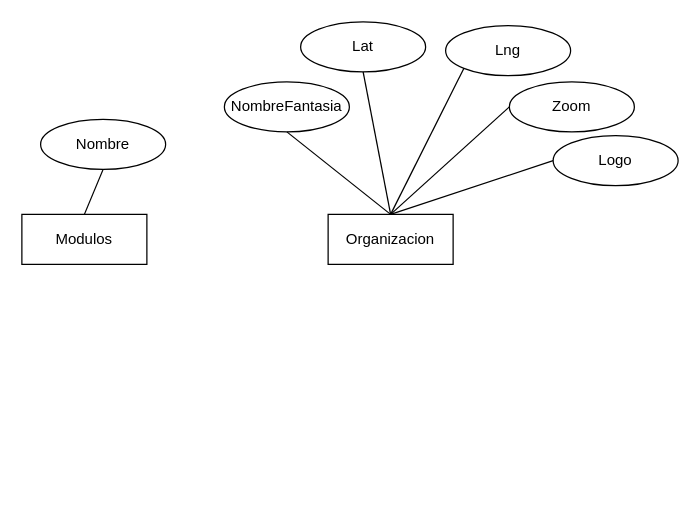
The draw.io diagram Diagrama sin título.drawio in notariopablomarcelo/agata, before the edit. Source tidied: cells renumbered, new cells numbered last; positions are measured from the earlier drawing's top-left corner, leaving out a move shared by most shapes. Both pictures are drawn from the tidied source at 125%, with x=0, y=0 at pixel (21, 21).
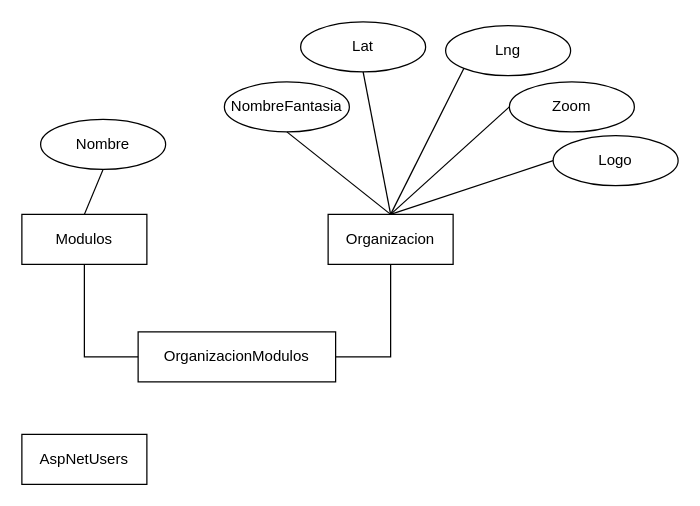
The same page after the edit.

Change to the diagram source:
```diff
@@
 <mxGraphModel>
   <root>
     <mxCell id="0" />
     <mxCell id="1" parent="0" />
     <mxCell id="2" value="Modulos" style="whiteSpace=wrap;html=1;align=center;" parent="1" vertex="1">
       <mxGeometry y="154" width="100" height="40" as="geometry" />
     </mxCell>
     <mxCell id="3" value="Organizacion" style="whiteSpace=wrap;html=1;align=center;" parent="1" vertex="1">
       <mxGeometry x="245" y="154" width="100" height="40" as="geometry" />
     </mxCell>
     <mxCell id="4" value="NombreFantasia" style="ellipse;whiteSpace=wrap;html=1;align=center;" parent="1" vertex="1">
       <mxGeometry x="162" y="48" width="100" height="40" as="geometry" />
     </mxCell>
     <mxCell id="5" value="Lng" style="ellipse;whiteSpace=wrap;html=1;align=center;" parent="1" vertex="1">
       <mxGeometry x="339" y="3" width="100" height="40" as="geometry" />
     </mxCell>
     <mxCell id="6" value="Lat" style="ellipse;whiteSpace=wrap;html=1;align=center;" parent="1" vertex="1">
       <mxGeometry x="223" width="100" height="40" as="geometry" />
     </mxCell>
     <mxCell id="7" value="Zoom" style="ellipse;whiteSpace=wrap;html=1;align=center;" parent="1" vertex="1">
       <mxGeometry x="390" y="48" width="100" height="40" as="geometry" />
     </mxCell>
     <mxCell id="8" value="Logo" style="ellipse;whiteSpace=wrap;html=1;align=center;" parent="1" vertex="1">
       <mxGeometry x="425" y="91" width="100" height="40" as="geometry" />
     </mxCell>
     <mxCell id="9" style="endArrow=none;html=1;rounded=0;exitX=0.5;exitY=0;exitDx=0;exitDy=0;entryX=0.5;entryY=1;entryDx=0;entryDy=0;" parent="1" edge="1" source="3" target="4">
       <mxGeometry relative="1" as="geometry" />
     </mxCell>
     <mxCell id="10" style="endArrow=none;html=1;rounded=0;exitX=0.5;exitY=0;exitDx=0;exitDy=0;entryX=0.5;entryY=1;entryDx=0;entryDy=0;" parent="1" edge="1" source="3" target="6">
       <mxGeometry relative="1" as="geometry" />
     </mxCell>
     <mxCell id="11" style="endArrow=none;html=1;rounded=0;exitX=0.5;exitY=0;exitDx=0;exitDy=0;entryX=0;entryY=1;entryDx=0;entryDy=0;" parent="1" edge="1" source="3" target="5">
       <mxGeometry relative="1" as="geometry" />
     </mxCell>
     <mxCell id="12" style="endArrow=none;html=1;rounded=0;exitX=0.5;exitY=0;exitDx=0;exitDy=0;entryX=0;entryY=0.5;entryDx=0;entryDy=0;" parent="1" edge="1" source="3" target="7">
       <mxGeometry relative="1" as="geometry" />
     </mxCell>
     <mxCell id="13" style="endArrow=none;html=1;rounded=0;exitX=0.5;exitY=0;exitDx=0;exitDy=0;entryX=0;entryY=0.5;entryDx=0;entryDy=0;" parent="1" edge="1" source="3" target="8">
       <mxGeometry relative="1" as="geometry" />
     </mxCell>
     <mxCell id="14" value="Nombre" style="ellipse;whiteSpace=wrap;html=1;align=center;" parent="1" vertex="1">
       <mxGeometry x="15" y="78" width="100" height="40" as="geometry" />
     </mxCell>
     <mxCell id="15" style="endArrow=none;html=1;rounded=0;exitX=0.5;exitY=0;exitDx=0;exitDy=0;entryX=0.5;entryY=1;entryDx=0;entryDy=0;" parent="1" edge="1" source="2" target="14">
       <mxGeometry relative="1" as="geometry" />
     </mxCell>
+    <mxCell id="16" value="AspNetUsers" style="whiteSpace=wrap;html=1;align=center;" parent="1" vertex="1">
+      <mxGeometry y="330" width="100" height="40" as="geometry" />
+    </mxCell>
+    <mxCell id="17" value="OrganizacionModulos" style="whiteSpace=wrap;html=1;align=center;" parent="1" vertex="1">
+      <mxGeometry x="93" y="248" width="158" height="40" as="geometry" />
+    </mxCell>
+    <mxCell id="18" style="endArrow=none;html=1;rounded=0;exitX=0.5;exitY=1;exitDx=0;exitDy=0;entryX=0;entryY=0.5;entryDx=0;entryDy=0;edgeStyle=orthogonalEdgeStyle;" parent="1" edge="1" source="2" target="17">
+      <mxGeometry relative="1" as="geometry" />
+    </mxCell>
+    <mxCell id="19" style="endArrow=none;html=1;rounded=0;exitX=0.5;exitY=1;exitDx=0;exitDy=0;entryX=1;entryY=0.5;entryDx=0;entryDy=0;edgeStyle=orthogonalEdgeStyle;" parent="1" edge="1" source="3" target="17">
+      <mxGeometry relative="1" as="geometry" />
+    </mxCell>
   </root>
 </mxGraphModel>
```
